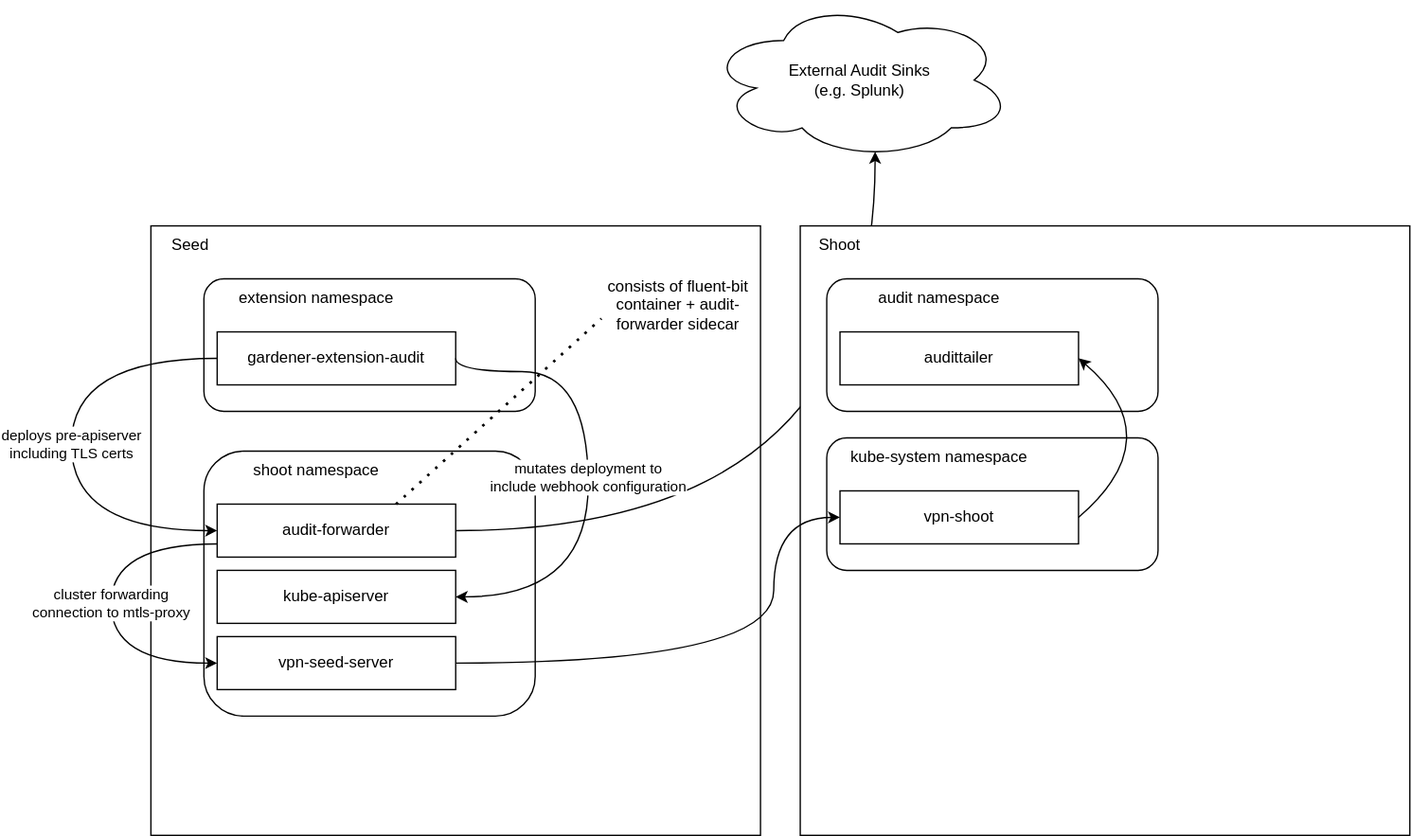
Above: architecture.drawio.svg in metal-stack/gardener-extension-audit (draw.io), before the change. Source tidied: cells renumbered, new cells last; positions are measured from the earlier drawing's top-left corner, leaving out a move shared by most shapes.
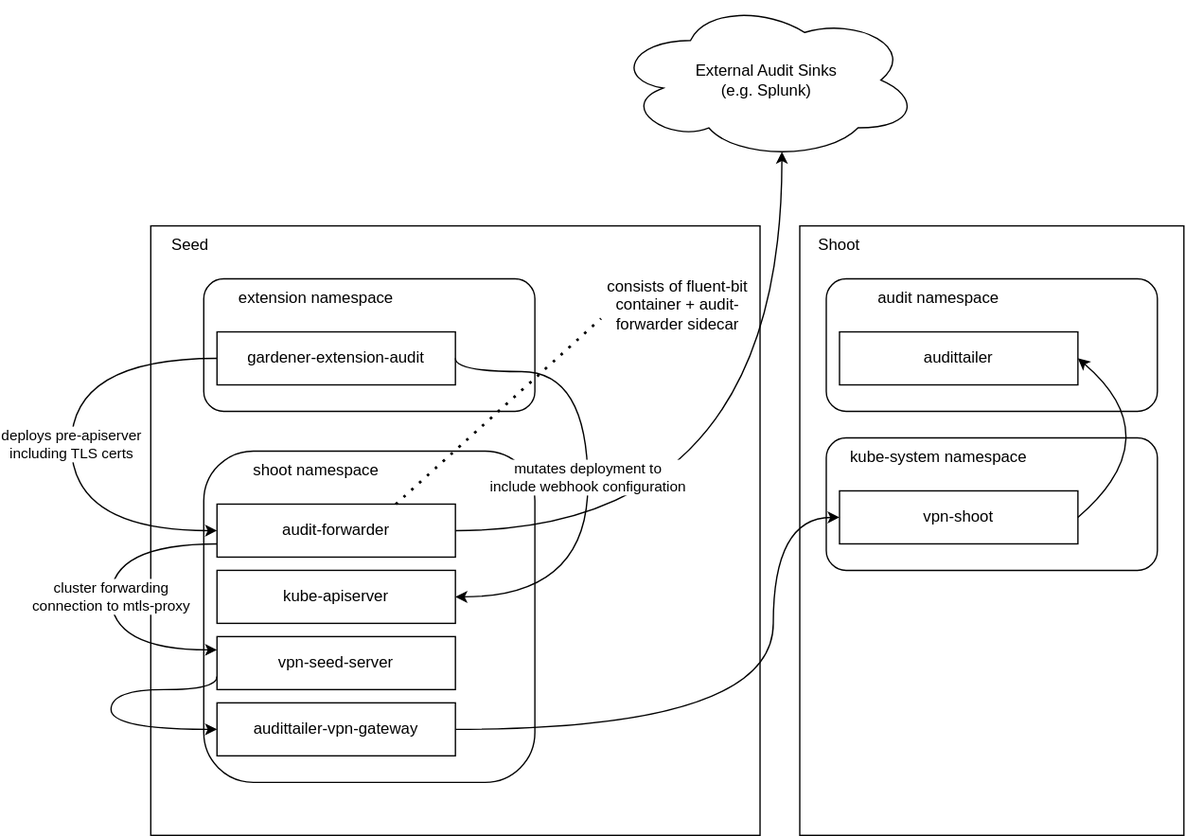
After the commit.

Diff of the diagram source:
```diff
@@ -18,7 +18,7 @@
       <mxGeometry x="110" y="210" width="150" height="30" as="geometry" />
     </mxCell>
     <mxCell id="7" style="rounded=1;whiteSpace=wrap;html=1;" parent="1" vertex="1">
-      <mxGeometry x="100" y="340" width="250" height="200" as="geometry" />
+      <mxGeometry x="100" y="340" width="250" height="250" as="geometry" />
     </mxCell>
     <mxCell id="8" value="shoot namespace" style="text;html=1;strokeColor=none;fillColor=none;align=center;verticalAlign=middle;whiteSpace=wrap;rounded=0;" parent="1" vertex="1">
       <mxGeometry x="110" y="340" width="150" height="30" as="geometry" />
@@ -26,11 +26,11 @@
     <mxCell id="9" value="kube-apiserver" style="rounded=0;whiteSpace=wrap;html=1;" parent="1" vertex="1">
       <mxGeometry x="110" y="430" width="180" height="40" as="geometry" />
     </mxCell>
-    <mxCell id="10" value="cluster forwarding&lt;br&gt;connection to mtls-proxy" style="edgeStyle=orthogonalEdgeStyle;curved=1;html=1;entryX=0;entryY=0.5;entryDx=0;entryDy=0;startArrow=none;startFill=0;endArrow=classic;endFill=1;exitX=0;exitY=0.75;exitDx=0;exitDy=0;" parent="1" edge="1" source="12" target="13">
+    <mxCell id="10" value="cluster forwarding&lt;br&gt;connection to mtls-proxy" style="edgeStyle=orthogonalEdgeStyle;curved=1;html=1;entryX=0;entryY=0.25;entryDx=0;entryDy=0;startArrow=none;startFill=0;endArrow=classic;endFill=1;exitX=0;exitY=0.75;exitDx=0;exitDy=0;" parent="1" edge="1" source="12" target="13">
       <mxGeometry relative="1" as="geometry">
         <Array as="points">
           <mxPoint x="30" y="410" />
-          <mxPoint x="30" y="500" />
+          <mxPoint x="30" y="490" />
         </Array>
       </mxGeometry>
     </mxCell>
@@ -44,7 +44,7 @@
       <mxGeometry x="110" y="480" width="180" height="40" as="geometry" />
     </mxCell>
     <mxCell id="14" style="rounded=0;whiteSpace=wrap;html=1;" parent="1" vertex="1">
-      <mxGeometry x="550" y="170" width="460" height="460" as="geometry" />
+      <mxGeometry x="550" y="170" width="290" height="460" as="geometry" />
     </mxCell>
     <mxCell id="15" value="Shoot" style="text;html=1;strokeColor=none;fillColor=none;align=center;verticalAlign=middle;whiteSpace=wrap;rounded=0;" parent="1" vertex="1">
       <mxGeometry x="550" y="170" width="60" height="30" as="geometry" />
@@ -68,7 +68,7 @@
       <mxGeometry x="580" y="330" width="150" height="30" as="geometry" />
     </mxCell>
     <mxCell id="22" value="External Audit Sinks&lt;br&gt;(e.g. Splunk)" style="ellipse;shape=cloud;whiteSpace=wrap;html=1;" parent="1" vertex="1">
-      <mxGeometry x="480" width="230" height="120" as="geometry" />
+      <mxGeometry x="410" width="230" height="120" as="geometry" />
     </mxCell>
     <mxCell id="23" value="deploys pre-apiserver&lt;br&gt;including TLS certs" style="edgeStyle=orthogonalEdgeStyle;html=1;entryX=0;entryY=0.5;entryDx=0;entryDy=0;exitX=0;exitY=0.5;exitDx=0;exitDy=0;curved=1;endArrow=classic;endFill=1;" parent="1" edge="1" source="5" target="12">
       <mxGeometry relative="1" as="geometry">
@@ -87,10 +87,10 @@
         </Array>
       </mxGeometry>
     </mxCell>
-    <mxCell id="25" style="edgeStyle=orthogonalEdgeStyle;curved=1;html=1;entryX=0;entryY=0.5;entryDx=0;entryDy=0;startArrow=none;startFill=0;endArrow=classic;endFill=1;" parent="1" edge="1" source="13" target="20">
+    <mxCell id="25" style="edgeStyle=orthogonalEdgeStyle;curved=1;html=1;entryX=0;entryY=0.5;entryDx=0;entryDy=0;startArrow=none;startFill=0;endArrow=classic;endFill=1;exitX=1;exitY=0.5;exitDx=0;exitDy=0;" parent="1" edge="1" source="29" target="20">
       <mxGeometry relative="1" as="geometry">
         <Array as="points">
-          <mxPoint x="530" y="500" />
+          <mxPoint x="530" y="550" />
           <mxPoint x="530" y="390" />
         </Array>
       </mxGeometry>
@@ -108,5 +108,17 @@
     <mxCell id="28" value="consists of fluent-bit container + audit-forwarder sidecar" style="text;html=1;strokeColor=none;fillColor=none;align=center;verticalAlign=middle;whiteSpace=wrap;rounded=0;" parent="1" vertex="1">
       <mxGeometry x="403" y="210" width="110" height="40" as="geometry" />
     </mxCell>
+    <mxCell id="29" value="audittailer-vpn-gateway" style="rounded=0;whiteSpace=wrap;html=1;" parent="1" vertex="1">
+      <mxGeometry x="110" y="530" width="180" height="40" as="geometry" />
+    </mxCell>
+    <mxCell id="30" style="edgeStyle=orthogonalEdgeStyle;curved=1;html=1;entryX=0;entryY=0.5;entryDx=0;entryDy=0;startArrow=none;startFill=0;endArrow=classic;endFill=1;exitX=0;exitY=0.75;exitDx=0;exitDy=0;" parent="1" edge="1" source="13" target="29">
+      <mxGeometry relative="1" as="geometry">
+        <Array as="points">
+          <mxPoint x="110" y="520" />
+          <mxPoint x="30" y="520" />
+          <mxPoint x="30" y="550" />
+        </Array>
+      </mxGeometry>
+    </mxCell>
   </root>
 </mxGraphModel>
```
